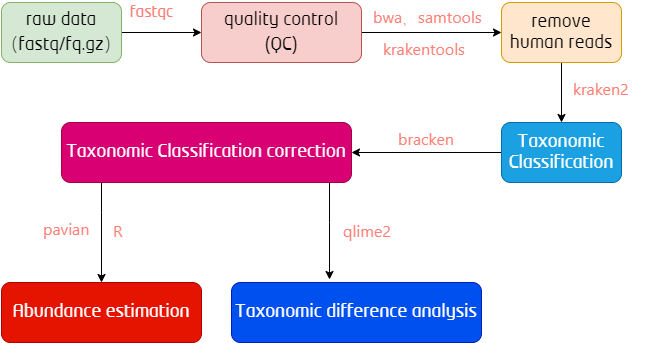
Before: Linux/shell_scripts_book/Untitled Diagram.png, a diagram exported from draw.io (wook2014/linux-bioinformatics). Source tidied: cells renumbered, new cells last; positions are measured from the earlier drawing's top-left corner, leaving out a move shared by most shapes.
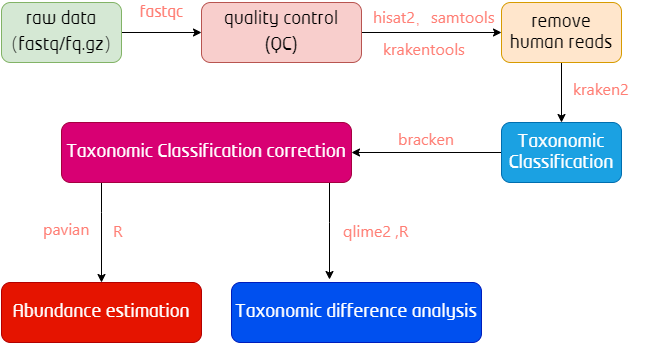
Above is the later version.

What changed in the source:
```diff
@@ -52,9 +52,9 @@
       <mxGeometry x="230" y="282" width="250" height="60" as="geometry" />
     </mxCell>
     <mxCell id="15" value="&lt;span style=&quot;color: rgb(255 , 126 , 117) ; font-size: 16px&quot;&gt;fastqc&lt;/span&gt;" style="text;html=1;align=center;verticalAlign=middle;" parent="1" vertex="1">
-      <mxGeometry x="120" y="2" width="60" height="20" as="geometry" />
+      <mxGeometry x="130" y="2" width="60" height="20" as="geometry" />
     </mxCell>
-    <mxCell id="16" value="&lt;span style=&quot;color: rgb(255, 126, 117); font-family: &amp;quot;segoe ui&amp;quot;; font-size: 16px; font-style: normal; font-weight: 400; letter-spacing: normal; text-align: left; text-indent: 0px; text-transform: none; word-spacing: 0px; background-color: rgb(255, 255, 255); display: inline; float: none;&quot;&gt;bwa，samtools&lt;/span&gt;" style="text;whiteSpace=wrap;html=1;" parent="1" vertex="1">
+    <mxCell id="16" value="&lt;span style=&quot;color: rgb(255 , 126 , 117) ; font-family: &amp;#34;segoe ui&amp;#34; ; font-size: 16px ; font-style: normal ; font-weight: 400 ; letter-spacing: normal ; text-align: left ; text-indent: 0px ; text-transform: none ; word-spacing: 0px ; background-color: rgb(255 , 255 , 255) ; display: inline ; float: none&quot;&gt;hisat2，samtools&lt;/span&gt;" style="text;whiteSpace=wrap;html=1;" parent="1" vertex="1">
       <mxGeometry x="370" width="130" height="30" as="geometry" />
     </mxCell>
     <mxCell id="17" value="&lt;span style=&quot;color: rgb(255, 126, 117); font-family: &amp;quot;segoe ui&amp;quot;; font-size: 16px; font-style: normal; font-weight: 400; letter-spacing: normal; text-align: left; text-indent: 0px; text-transform: none; word-spacing: 0px; background-color: rgb(255, 255, 255); display: inline; float: none;&quot;&gt;krakentools&lt;/span&gt;" style="text;whiteSpace=wrap;html=1;" parent="1" vertex="1">
@@ -72,7 +72,7 @@
     <mxCell id="21" value="&lt;span style=&quot;color: rgb(255, 126, 117); font-family: &amp;quot;segoe ui&amp;quot;; font-size: 16px; font-style: normal; font-weight: 400; letter-spacing: normal; text-align: left; text-indent: 0px; text-transform: none; word-spacing: 0px; background-color: rgb(255, 255, 255); display: inline; float: none;&quot;&gt;R&lt;/span&gt;" style="text;whiteSpace=wrap;html=1;" parent="1" vertex="1">
       <mxGeometry x="110" y="214" width="40" height="30" as="geometry" />
     </mxCell>
-    <mxCell id="22" value="&lt;span style=&quot;color: rgb(255, 126, 117); font-family: &amp;quot;segoe ui&amp;quot;; font-size: 16px; font-style: normal; font-weight: 400; letter-spacing: normal; text-align: left; text-indent: 0px; text-transform: none; word-spacing: 0px; background-color: rgb(255, 255, 255); display: inline; float: none;&quot;&gt;qlime2&lt;/span&gt;" style="text;whiteSpace=wrap;html=1;" parent="1" vertex="1">
+    <mxCell id="22" value="&lt;span style=&quot;color: rgb(255 , 126 , 117) ; font-family: &amp;#34;segoe ui&amp;#34; ; font-size: 16px ; font-style: normal ; font-weight: 400 ; letter-spacing: normal ; text-align: left ; text-indent: 0px ; text-transform: none ; word-spacing: 0px ; background-color: rgb(255 , 255 , 255) ; display: inline ; float: none&quot;&gt;qlime2 ,R&lt;/span&gt;" style="text;whiteSpace=wrap;html=1;" parent="1" vertex="1">
       <mxGeometry x="340" y="214" width="70" height="30" as="geometry" />
     </mxCell>
   </root>
```
